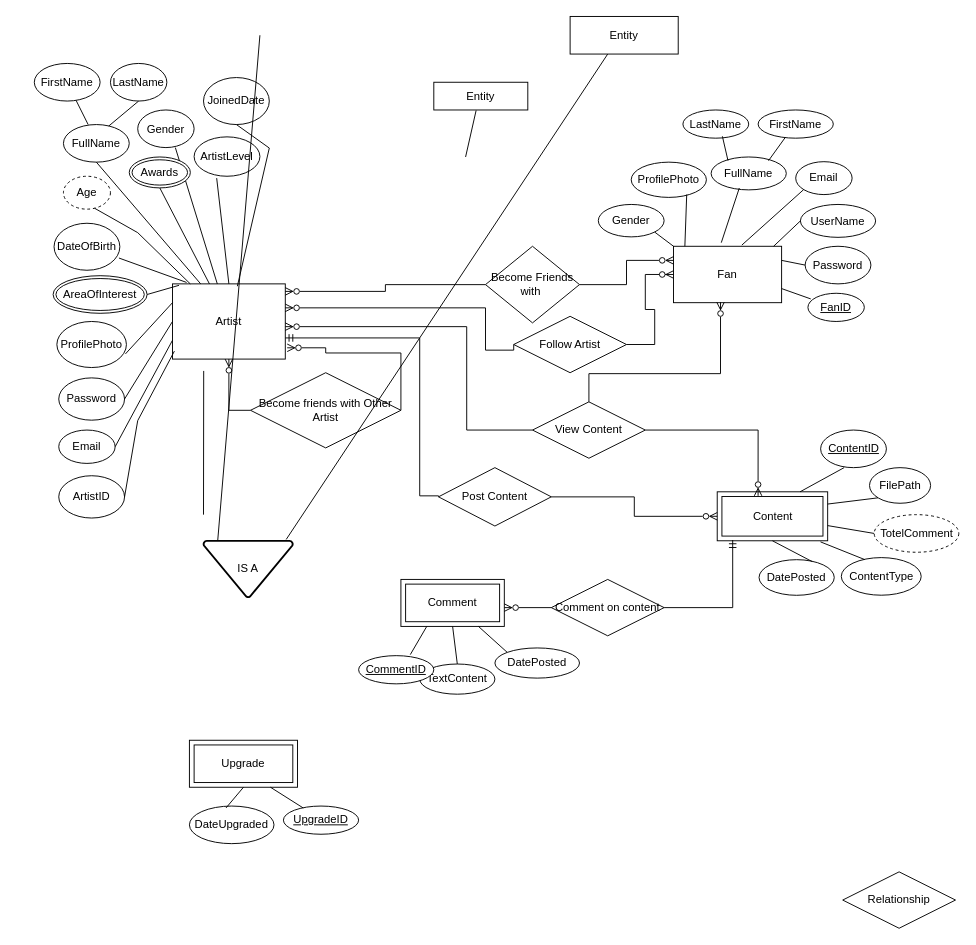
The draw.io diagram Untitled Diagram.drawio in deleshan/puthurep, before the edit. Source tidied: cells renumbered, new cells numbered last; positions are measured from the earlier drawing's top-left corner, leaving out a move shared by most shapes. Both pictures are drawn from the tidied source at 94%, with x=0, y=0 at pixel (34, 16).
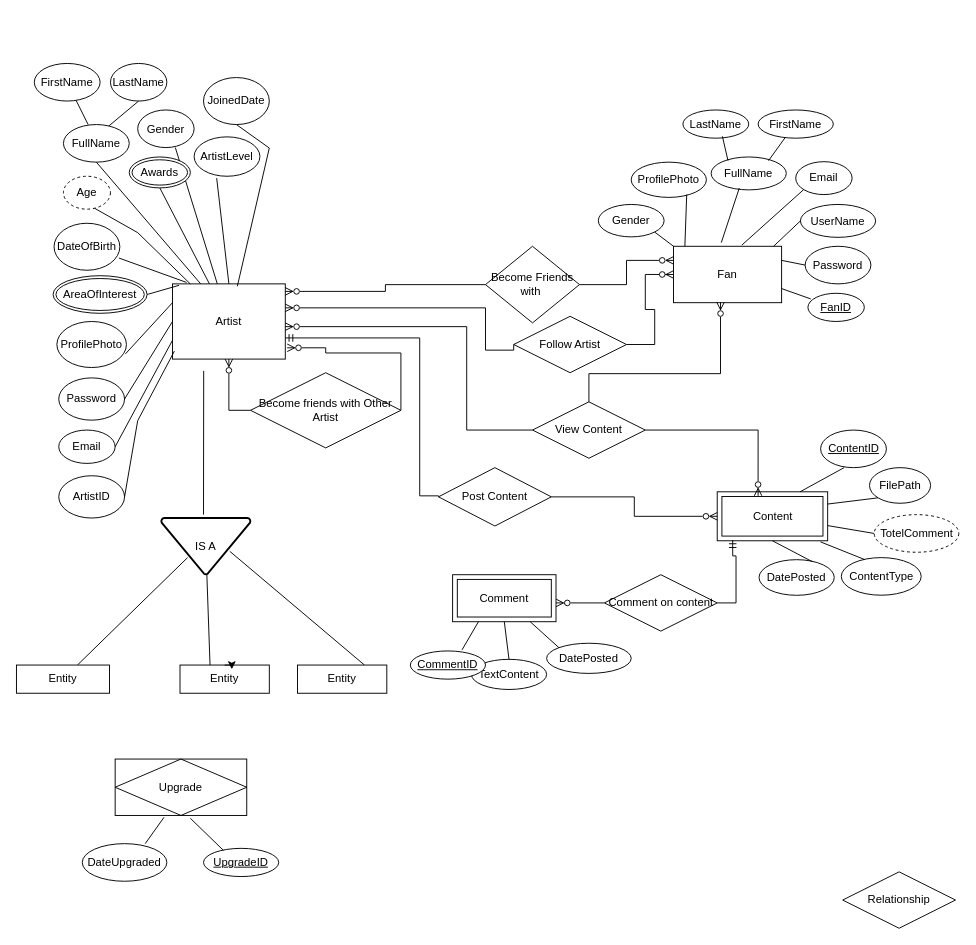
After the change.

Change to the diagram source:
```diff
@@
     <mxCell id="62" value="Comment" style="shape=ext;margin=3;double=1;whiteSpace=wrap;html=1;align=center;" parent="1" vertex="1">
-      <mxGeometry x="390" y="598.9" width="110" height="50" as="geometry" />
+      <mxGeometry x="445" y="593.9" width="110" height="50" as="geometry" />
     </mxCell>
     <mxCell id="63" value="DatePosted" style="ellipse;whiteSpace=wrap;html=1;align=center;" parent="1" vertex="1">
-      <mxGeometry x="490" y="671.8" width="90" height="32.1" as="geometry" />
+      <mxGeometry x="545" y="666.8" width="90" height="32.1" as="geometry" />
     </mxCell>
     <mxCell id="64" value="TextContent" style="ellipse;whiteSpace=wrap;html=1;align=center;" parent="1" vertex="1">
-      <mxGeometry x="410" y="688.9" width="80" height="32.1" as="geometry" />
+      <mxGeometry x="465" y="683.9" width="80" height="32.1" as="geometry" />
     </mxCell>
     <mxCell id="65" value="CommentID" style="ellipse;whiteSpace=wrap;html=1;align=center;fontStyle=4;" parent="1" vertex="1">
-      <mxGeometry x="345" y="680" width="80" height="30" as="geometry" />
+      <mxGeometry x="400" y="675" width="80" height="30" as="geometry" />
     </mxCell>
     <mxCell id="66" style="endArrow=none;html=1;rounded=0;entryX=0.25;entryY=1;entryDx=0;entryDy=0;exitX=0.875;exitY=0.202;exitDx=0;exitDy=0;exitPerimeter=0;" parent="1" edge="1" target="62">
       <mxGeometry relative="1" as="geometry">
-        <mxPoint x="400" y="678.9" as="sourcePoint" />
+        <mxPoint x="455" y="673.9" as="sourcePoint" />
       </mxGeometry>
     </mxCell>
@@
-    <mxCell id="69" value="Upgrade" style="shape=ext;margin=3;double=1;whiteSpace=wrap;html=1;align=center;" parent="1" vertex="1">
-      <mxGeometry x="165" y="770" width="115" height="50" as="geometry" />
-    </mxCell>
     <mxCell id="70" value="UpgradeID" style="ellipse;whiteSpace=wrap;html=1;align=center;fontStyle=4;" parent="1" vertex="1">
-      <mxGeometry x="265" y="840" width="80" height="30" as="geometry" />
+      <mxGeometry x="180" y="885" width="80" height="30" as="geometry" />
     </mxCell>
     <mxCell id="71" value="DateUpgraded" style="ellipse;whiteSpace=wrap;html=1;align=center;" parent="1" vertex="1">
-      <mxGeometry x="165" y="840" width="90" height="40" as="geometry" />
+      <mxGeometry x="51" y="880" width="90" height="40" as="geometry" />
     </mxCell>
-    <mxCell id="72" style="endArrow=none;html=1;rounded=0;entryX=0.433;entryY=0.05;entryDx=0;entryDy=0;exitX=0.5;exitY=1;exitDx=0;exitDy=0;entryPerimeter=0;" parent="1" edge="1" source="69" target="71">
-      <mxGeometry relative="1" as="geometry" />
+    <mxCell id="72" style="endArrow=none;html=1;rounded=0;entryX=0.744;entryY=0;entryDx=0;entryDy=0;exitX=0.365;exitY=1.04;exitDx=0;exitDy=0;entryPerimeter=0;exitPerimeter=0;" parent="1" edge="1" target="71">
+      <mxGeometry relative="1" as="geometry">
+        <mxPoint x="138" y="852" as="sourcePoint" />
+      </mxGeometry>
     </mxCell>
-    <mxCell id="73" style="endArrow=none;html=1;rounded=0;entryX=0.263;entryY=0.067;entryDx=0;entryDy=0;exitX=0.75;exitY=1;exitDx=0;exitDy=0;entryPerimeter=0;" parent="1" edge="1" source="69" target="70">
-      <mxGeometry relative="1" as="geometry" />
+    <mxCell id="73" style="endArrow=none;html=1;rounded=0;entryX=0.263;entryY=0.067;entryDx=0;entryDy=0;exitX=0.609;exitY=1.06;exitDx=0;exitDy=0;entryPerimeter=0;exitPerimeter=0;" parent="1" edge="1" target="70">
+      <mxGeometry relative="1" as="geometry">
+        <mxPoint x="166" y="853" as="sourcePoint" />
+      </mxGeometry>
     </mxCell>
@@
     <mxCell id="82" value="Comment on content" style="shape=rhombus;perimeter=rhombusPerimeter;whiteSpace=wrap;html=1;align=center;" parent="1" vertex="1">
-      <mxGeometry x="550" y="598.9" width="120" height="60" as="geometry" />
+      <mxGeometry x="606.5" y="593.9" width="120" height="60" as="geometry" />
     </mxCell>
@@
-    <mxCell id="95" style="endArrow=none;html=1;rounded=0;exitX=0.5;exitY=0;exitDx=0;exitDy=0;exitPerimeter=0;" parent="1" edge="1">
-      <mxGeometry relative="1" as="geometry">
-        <mxPoint x="458.8" y="149.5" as="sourcePoint" />
-        <mxPoint x="470" y="100" as="targetPoint" />
-      </mxGeometry>
+    <mxCell id="95" style="endArrow=none;html=1;rounded=0;exitX=0.337;exitY=0.067;exitDx=0;exitDy=0;exitPerimeter=0;" parent="1" edge="1" source="100" target="98">
+      <mxGeometry relative="1" as="geometry" />
     </mxCell>
-    <mxCell id="96" style="endArrow=none;html=1;rounded=0;exitX=0.158;exitY=0.017;exitDx=0;exitDy=0;exitPerimeter=0;" parent="1" edge="1" source="98">
-      <mxGeometry relative="1" as="geometry">
-        <mxPoint x="240" y="20" as="targetPoint" />
-      </mxGeometry>
+    <mxCell id="96" style="endArrow=none;html=1;rounded=0;exitX=0.295;exitY=0.702;exitDx=0;exitDy=0;exitPerimeter=0;" parent="1" edge="1" source="98" target="102">
+      <mxGeometry relative="1" as="geometry" />
     </mxCell>
-    <mxCell id="97" style="endArrow=none;html=1;rounded=0;exitX=0.926;exitY=-0.025;exitDx=0;exitDy=0;exitPerimeter=0;" parent="1" edge="1" source="98">
-      <mxGeometry relative="1" as="geometry">
-        <mxPoint x="610" y="40" as="targetPoint" />
-      </mxGeometry>
+    <mxCell id="97" style="endArrow=none;html=1;rounded=0;entryX=0.75;entryY=0;entryDx=0;entryDy=0;exitX=0.768;exitY=0.59;exitDx=0;exitDy=0;exitPerimeter=0;" parent="1" edge="1" source="98" target="99">
+      <mxGeometry relative="1" as="geometry" />
     </mxCell>
     <mxCell id="98" value="IS A" style="strokeWidth=2;html=1;shape=mxgraph.flowchart.merge_or_storage;whiteSpace=wrap;" parent="1" vertex="1">
-      <mxGeometry x="180" y="557.9" width="95" height="60" as="geometry" />
+      <mxGeometry x="135" y="533.6" width="95" height="60" as="geometry" />
     </mxCell>
     <mxCell id="99" value="Entity" style="whiteSpace=wrap;html=1;align=center;" parent="1" vertex="1">
-      <mxGeometry x="570" width="115" height="40" as="geometry" />
+      <mxGeometry x="280" y="690" width="95" height="30" as="geometry" />
     </mxCell>
     <mxCell id="100" value="Entity" style="whiteSpace=wrap;html=1;align=center;" parent="1" vertex="1">
-      <mxGeometry x="425" y="70" width="100" height="29.5" as="geometry" />
+      <mxGeometry x="155" y="690" width="95" height="30" as="geometry" />
     </mxCell>
+    <mxCell id="101" style="edgeStyle=orthogonalEdgeStyle;rounded=0;orthogonalLoop=1;jettySize=auto;html=1;exitX=0.5;exitY=0;exitDx=0;exitDy=0;entryX=0.58;entryY=0.15;entryDx=0;entryDy=0;entryPerimeter=0;" parent="1" edge="1" source="100" target="100">
+      <mxGeometry relative="1" as="geometry" />
+    </mxCell>
+    <mxCell id="102" value="Entity" style="whiteSpace=wrap;html=1;align=center;" parent="1" vertex="1">
+      <mxGeometry x="-19" y="690" width="99" height="30" as="geometry" />
+    </mxCell>
+    <mxCell id="69" value="Upgrade" style="shape=associativeEntity;whiteSpace=wrap;html=1;align=center;" parent="1" vertex="1">
+      <mxGeometry x="86" y="790" width="140" height="60" as="geometry" />
+    </mxCell>
```
